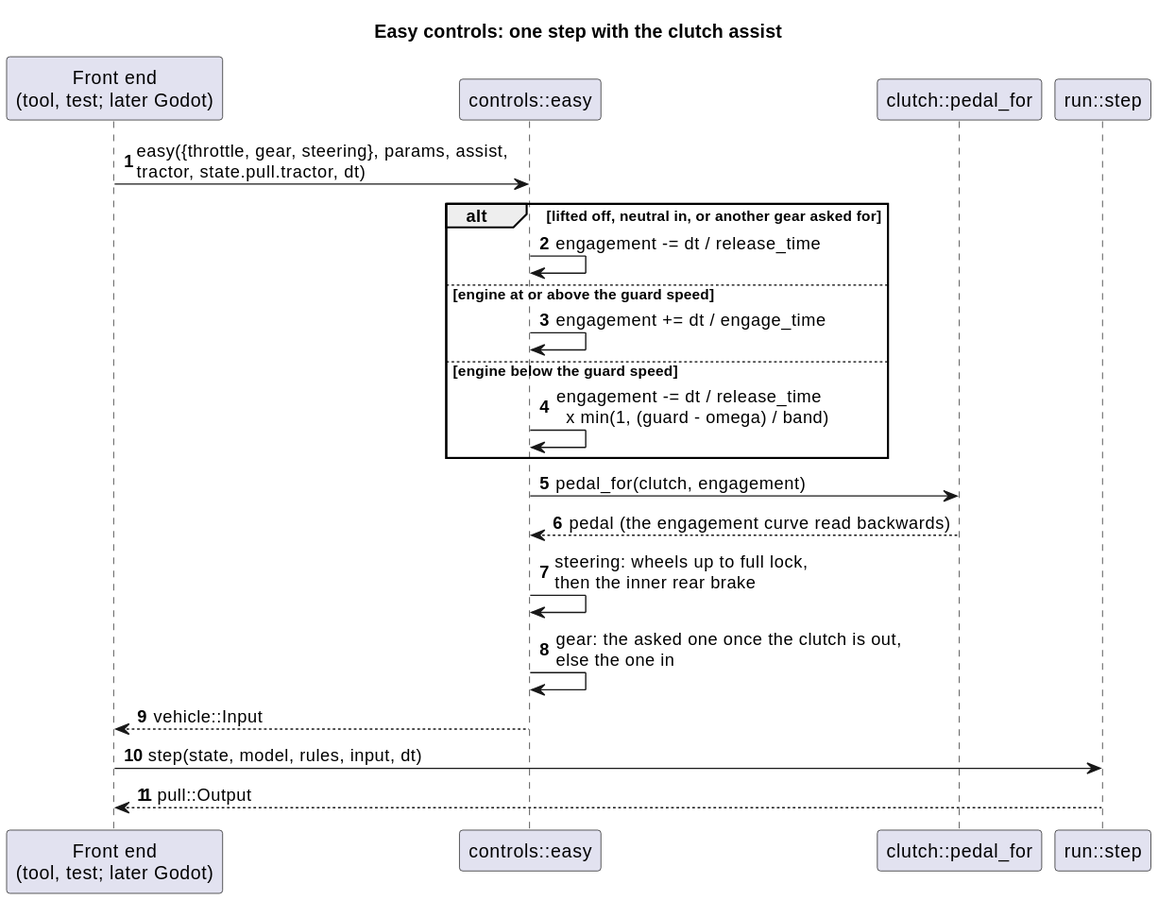
This is docs/diagrams/svg/easy_controls_sequence.svg from wversteeg/TractorPulling, a PlantUML export, as it was before one commit. Source of this version:
```plantuml
@startuml
title Easy controls: one step with the clutch assist
autonumber
participant "Front end\n(tool, test; later Godot)" as Frontend
participant "controls::easy" as Easy
participant "clutch::pedal_for" as PedalFor
participant "run::step" as Run

Frontend -> Easy : easy({throttle, gear, steering}, params, assist,\ntractor, state.pull.tractor, dt)
alt lifted off, neutral in, or another gear asked for
  Easy -> Easy : engagement -= dt / release_time
else engine at or above the guard speed
  Easy -> Easy : engagement += dt / engage_time
else engine below the guard speed
  Easy -> Easy : engagement -= dt / release_time\n  x min(1, (guard - omega) / band)
end
Easy -> PedalFor : pedal_for(clutch, engagement)
PedalFor --> Easy : pedal (the engagement curve read backwards)
Easy -> Easy : steering: wheels up to full lock,\nthen the inner rear brake
Easy -> Easy : gear: the asked one once the clutch is out,\nelse the one in
Easy --> Frontend : vehicle::Input
Frontend -> Run : step(state, model, rules, input, dt)
Run --> Frontend : pull::Output
@enduml
```
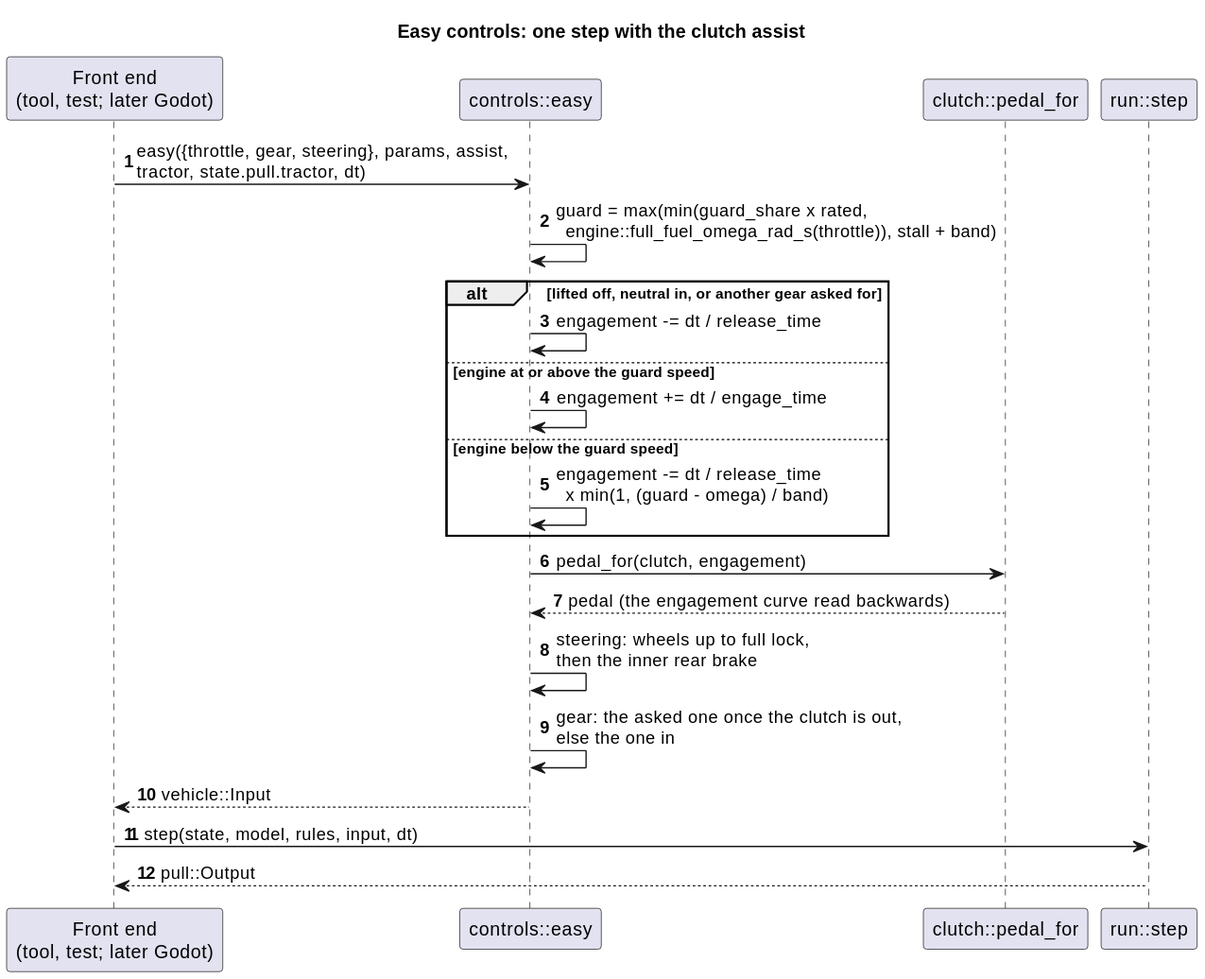
After the change.

Diff of the diagram source:
```diff
@@ -7,6 +7,7 @@
 participant "run::step" as Run
 
 Frontend -> Easy : easy({throttle, gear, steering}, params, assist,\ntractor, state.pull.tractor, dt)
+Easy -> Easy : guard = max(min(guard_share x rated,\n  engine::full_fuel_omega_rad_s(throttle)), stall + band)
 alt lifted off, neutral in, or another gear asked for
   Easy -> Easy : engagement -= dt / release_time
 else engine at or above the guard speed
```
